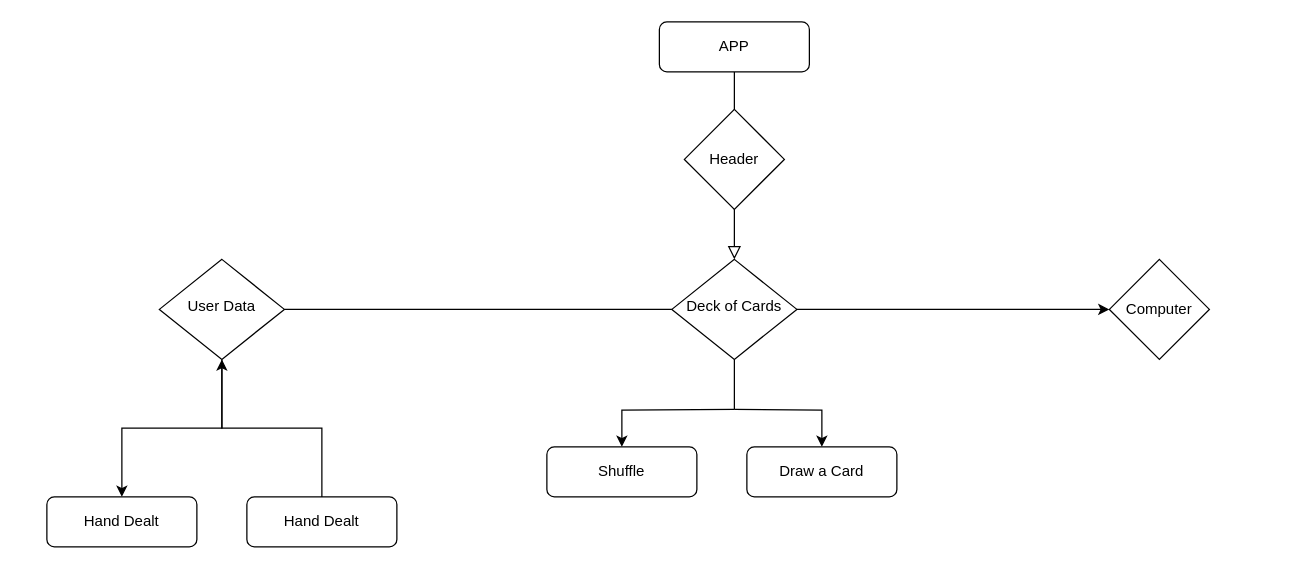
djmcgrath/Go-Fish keeps this draw.io diagram as Untitled Diagram.drawio. Above is the earlier version. Source tidied: cells renumbered, new cells numbered last; positions are measured from the earlier drawing's top-left corner, leaving out a move shared by most shapes. Both pictures are drawn from the tidied source at 125%, with x=0, y=0 at pixel (46, 21).
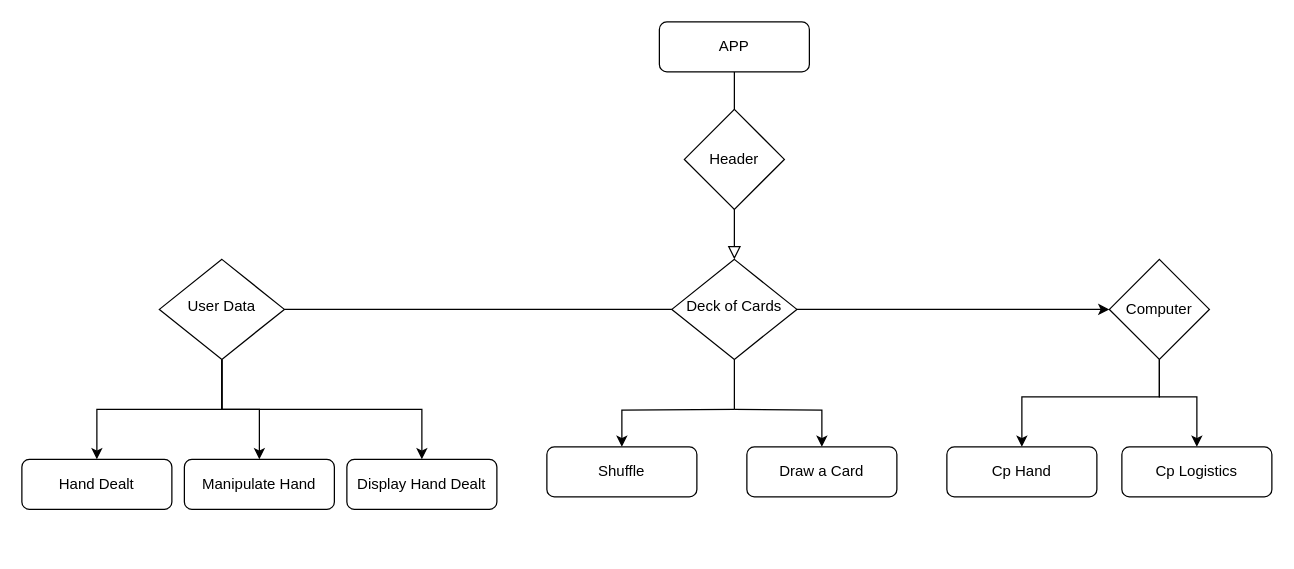
After the change.

Commit message:
Updated Go fish Diagram

The change refers to these unchanged cells:
```xml
<mxCell id="9" value="User Data" style="rhombus;whiteSpace=wrap;html=1;shadow=0;fontFamily=Helvetica;fontSize=12;align=center;strokeWidth=1;spacing=6;spacingTop=-4;" parent="1" vertex="1">
  <mxGeometry x="90" y="190" width="100" height="80" as="geometry" />
</mxCell>
<mxCell id="13" value="Computer" style="rhombus;whiteSpace=wrap;html=1;" parent="1" vertex="1">
  <mxGeometry x="850" y="190" width="80" height="80" as="geometry" />
</mxCell>
```

The edit, as a diff of the source:
```diff
@@
     <mxCell id="10" value="Hand Dealt" style="rounded=1;whiteSpace=wrap;html=1;fontSize=12;glass=0;strokeWidth=1;shadow=0;" parent="1" vertex="1">
-      <mxGeometry y="380" width="120" height="40" as="geometry" />
+      <mxGeometry x="-20" y="350" width="120" height="40" as="geometry" />
     </mxCell>
@@
-    <mxCell id="17" style="edgeStyle=orthogonalEdgeStyle;rounded=0;jettySize=auto;html=1;" parent="1" edge="1" source="18" target="9">
+    <mxCell id="17" style="edgeStyle=orthogonalEdgeStyle;rounded=0;jettySize=auto;html=1;exitX=0.5;exitY=1;exitDx=0;exitDy=0;entryX=0.5;entryY=0;entryDx=0;entryDy=0;" parent="1" edge="1" source="9" target="19">
       <mxGeometry relative="1" as="geometry" />
     </mxCell>
-    <mxCell id="18" value="Hand Dealt" style="rounded=1;whiteSpace=wrap;html=1;fontSize=12;glass=0;strokeWidth=1;shadow=0;" parent="1" vertex="1">
-      <mxGeometry x="160" y="380" width="120" height="40" as="geometry" />
+    <mxCell id="18" value="Display Hand Dealt" style="rounded=1;whiteSpace=wrap;html=1;fontSize=12;glass=0;strokeWidth=1;shadow=0;" parent="1" vertex="1">
+      <mxGeometry x="240" y="350" width="120" height="40" as="geometry" />
     </mxCell>
+    <mxCell id="19" value="Manipulate Hand" style="rounded=1;whiteSpace=wrap;html=1;fontSize=12;glass=0;strokeWidth=1;shadow=0;" parent="1" vertex="1">
+      <mxGeometry x="110" y="350" width="120" height="40" as="geometry" />
+    </mxCell>
+    <mxCell id="20" style="endArrow=classic;html=1;rounded=0;entryX=0.5;entryY=0;entryDx=0;entryDy=0;" parent="1" edge="1" target="18">
+      <mxGeometry relative="1" as="geometry">
+        <mxPoint x="140" y="270" as="sourcePoint" />
+        <Array as="points">
+          <mxPoint x="140" y="310" />
+          <mxPoint x="170" y="310" />
+          <mxPoint x="300" y="310" />
+        </Array>
+      </mxGeometry>
+    </mxCell>
+    <mxCell id="21" value="Cp Hand" style="rounded=1;whiteSpace=wrap;html=1;" parent="1" vertex="1">
+      <mxGeometry x="720" y="340" width="120" height="40" as="geometry" />
+    </mxCell>
+    <mxCell id="22" style="endArrow=classic;html=1;rounded=0;exitX=0.5;exitY=1;exitDx=0;exitDy=0;entryX=0.5;entryY=0;entryDx=0;entryDy=0;" parent="1" edge="1" source="13" target="21">
+      <mxGeometry relative="1" as="geometry">
+        <Array as="points">
+          <mxPoint x="890" y="300" />
+          <mxPoint x="780" y="300" />
+        </Array>
+      </mxGeometry>
+    </mxCell>
+    <mxCell id="23" value="Cp Logistics" style="rounded=1;whiteSpace=wrap;html=1;" parent="1" vertex="1">
+      <mxGeometry x="860" y="340" width="120" height="40" as="geometry" />
+    </mxCell>
+    <mxCell id="24" style="endArrow=classic;html=1;rounded=0;entryX=0.5;entryY=0;entryDx=0;entryDy=0;" parent="1" edge="1" target="23">
+      <mxGeometry relative="1" as="geometry">
+        <mxPoint x="890" y="270" as="sourcePoint" />
+        <Array as="points">
+          <mxPoint x="890" y="300" />
+          <mxPoint x="920" y="300" />
+        </Array>
+      </mxGeometry>
+    </mxCell>
```
